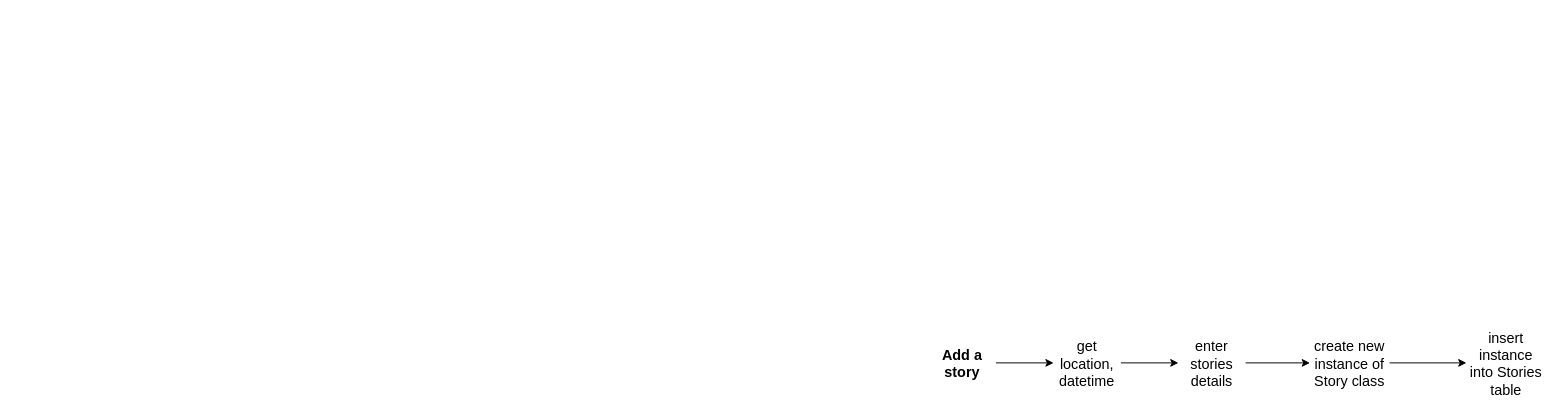
Before: page "Algorithms" (3 of 3) of Documentation/Diagrams/You must to.drawio in bradystroud/LandStories, a draw.io diagram. Source tidied: cells renumbered, new cells numbered last; positions are measured from the earlier drawing's top-left corner, leaving out a move shared by most shapes. Both pictures are drawn from the tidied source at 96%, with x=0, y=0 at pixel (928, 336).
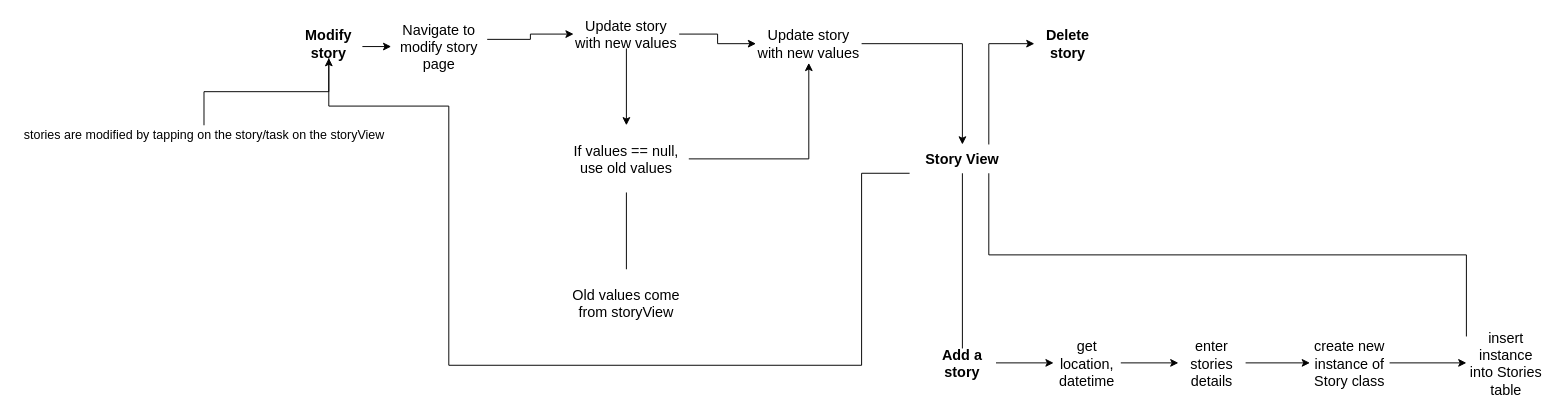
Above is the later version.

The change refers to these unchanged cells:
```xml
<mxCell id="3" value="Add a story" style="text;html=1;strokeColor=none;fillColor=none;align=center;verticalAlign=middle;whiteSpace=wrap;rounded=0;fontFamily=Helvetica;fontSize=15;fontStyle=1;" parent="1" vertex="1">
  <mxGeometry y="12.5" width="70" height="30" as="geometry" />
</mxCell>
<mxCell id="8" value="insert instance into Stories table" style="text;html=1;strokeColor=none;fillColor=none;align=center;verticalAlign=middle;whiteSpace=wrap;rounded=0;fontFamily=Helvetica;fontSize=15;" parent="1" vertex="1">
  <mxGeometry x="560" width="83" height="55" as="geometry" />
</mxCell>
```

Diff of the diagram source:
```diff
@@
+    <mxCell id="11" style="edgeStyle=orthogonalEdgeStyle;rounded=0;jettySize=auto;html=1;exitX=0;exitY=0;exitDx=0;exitDy=0;entryX=0.75;entryY=1;entryDx=0;entryDy=0;startArrow=none;startFill=0;endArrow=none;endFill=0;fontSize=13;" parent="1" edge="1" source="8" target="25">
+      <mxGeometry relative="1" as="geometry" />
+    </mxCell>
@@
+    <mxCell id="12" style="edgeStyle=orthogonalEdgeStyle;rounded=0;jettySize=auto;html=1;" parent="1" edge="1" source="14" target="15">
+      <mxGeometry relative="1" as="geometry">
+        <Array as="points">
+          <mxPoint x="-580" y="-302" />
+          <mxPoint x="-580" y="-302" />
+        </Array>
+      </mxGeometry>
+    </mxCell>
+    <mxCell id="13" style="edgeStyle=orthogonalEdgeStyle;rounded=0;jettySize=auto;html=1;fontSize=13;endArrow=none;endFill=0;" parent="1" edge="1" source="14" target="30">
+      <mxGeometry relative="1" as="geometry" />
+    </mxCell>
+    <mxCell id="14" value="Modify story" style="text;html=1;strokeColor=none;fillColor=none;align=center;verticalAlign=middle;whiteSpace=wrap;rounded=0;fontFamily=Helvetica;fontSize=15;fontStyle=1;" parent="1" vertex="1">
+      <mxGeometry x="-660" y="-320" width="70" height="30" as="geometry" />
+    </mxCell>
+    <mxCell id="15" value="Navigate to modify story page" style="text;html=1;strokeColor=none;fillColor=none;align=center;verticalAlign=middle;whiteSpace=wrap;rounded=0;fontFamily=Helvetica;fontSize=15;fontStyle=0;" parent="1" vertex="1">
+      <mxGeometry x="-560" y="-317" width="100" height="30" as="geometry" />
+    </mxCell>
+    <mxCell id="16" style="edgeStyle=orthogonalEdgeStyle;rounded=0;jettySize=auto;html=1;startArrow=none;startFill=0;endArrow=classic;endFill=1;fontSize=13;exitX=1;exitY=0.25;exitDx=0;exitDy=0;" parent="1" edge="1" source="15" target="19">
+      <mxGeometry relative="1" as="geometry" />
+    </mxCell>
+    <mxCell id="17" style="edgeStyle=orthogonalEdgeStyle;rounded=0;jettySize=auto;html=1;startArrow=none;startFill=0;endArrow=classic;endFill=1;fontSize=13;" parent="1" edge="1" source="19" target="28">
+      <mxGeometry relative="1" as="geometry" />
+    </mxCell>
+    <mxCell id="18" style="edgeStyle=orthogonalEdgeStyle;rounded=0;jettySize=auto;html=1;startArrow=none;startFill=0;endArrow=classic;endFill=1;fontSize=13;" parent="1" edge="1" source="19" target="21">
+      <mxGeometry relative="1" as="geometry" />
+    </mxCell>
+    <mxCell id="19" value="Update story with new values" style="text;html=1;strokeColor=none;fillColor=none;align=center;verticalAlign=middle;whiteSpace=wrap;rounded=0;fontFamily=Helvetica;fontSize=15;fontStyle=0;" parent="1" vertex="1">
+      <mxGeometry x="-370" y="-330" width="110" height="30" as="geometry" />
+    </mxCell>
+    <mxCell id="20" style="edgeStyle=orthogonalEdgeStyle;rounded=0;jettySize=auto;html=1;startArrow=none;startFill=0;endArrow=classic;endFill=1;fontSize=13;" parent="1" edge="1" source="21" target="25">
+      <mxGeometry relative="1" as="geometry" />
+    </mxCell>
+    <mxCell id="21" value="Update story with new values" style="text;html=1;strokeColor=none;fillColor=none;align=center;verticalAlign=middle;whiteSpace=wrap;rounded=0;fontFamily=Helvetica;fontSize=15;fontStyle=0;" parent="1" vertex="1">
+      <mxGeometry x="-180" y="-325" width="110" height="40" as="geometry" />
+    </mxCell>
+    <mxCell id="22" style="edgeStyle=orthogonalEdgeStyle;rounded=0;jettySize=auto;html=1;startArrow=none;startFill=0;endArrow=none;endFill=0;fontSize=13;entryX=0.5;entryY=0;entryDx=0;entryDy=0;" parent="1" edge="1" source="25" target="3">
+      <mxGeometry relative="1" as="geometry" />
+    </mxCell>
+    <mxCell id="23" style="edgeStyle=orthogonalEdgeStyle;rounded=0;jettySize=auto;html=1;exitX=0;exitY=1;exitDx=0;exitDy=0;entryX=0.5;entryY=1;entryDx=0;entryDy=0;startArrow=none;startFill=0;endArrow=classic;endFill=1;fontSize=13;" parent="1" edge="1" source="25" target="14">
+      <mxGeometry relative="1" as="geometry">
+        <Array as="points">
+          <mxPoint x="-70" y="-170" />
+          <mxPoint x="-70" y="30" />
+          <mxPoint x="-500" y="30" />
+          <mxPoint x="-500" y="-240" />
+          <mxPoint x="-625" y="-240" />
+        </Array>
+      </mxGeometry>
+    </mxCell>
+    <mxCell id="24" style="edgeStyle=orthogonalEdgeStyle;rounded=0;jettySize=auto;html=1;exitX=0.75;exitY=0;exitDx=0;exitDy=0;entryX=0;entryY=0.5;entryDx=0;entryDy=0;startArrow=none;startFill=0;endArrow=classic;endFill=1;fontSize=13;" parent="1" edge="1" source="25" target="31">
+      <mxGeometry relative="1" as="geometry" />
+    </mxCell>
+    <mxCell id="25" value="Story View" style="text;html=1;strokeColor=none;fillColor=none;align=center;verticalAlign=middle;whiteSpace=wrap;rounded=0;fontFamily=Helvetica;fontSize=15;fontStyle=1;" parent="1" vertex="1">
+      <mxGeometry x="-20" y="-200" width="110" height="30" as="geometry" />
+    </mxCell>
+    <mxCell id="26" style="edgeStyle=orthogonalEdgeStyle;rounded=0;jettySize=auto;html=1;startArrow=none;startFill=0;endArrow=classic;endFill=1;fontSize=13;" parent="1" edge="1" source="28" target="21">
+      <mxGeometry relative="1" as="geometry" />
+    </mxCell>
+    <mxCell id="27" style="edgeStyle=orthogonalEdgeStyle;rounded=0;jettySize=auto;html=1;startArrow=none;startFill=0;endArrow=none;endFill=0;fontSize=13;" parent="1" edge="1" source="28" target="29">
+      <mxGeometry relative="1" as="geometry" />
+    </mxCell>
+    <mxCell id="28" value="If values == null, use old values" style="text;html=1;strokeColor=none;fillColor=none;align=center;verticalAlign=middle;whiteSpace=wrap;rounded=0;fontFamily=Helvetica;fontSize=15;fontStyle=0;" parent="1" vertex="1">
+      <mxGeometry x="-380" y="-220" width="130" height="70" as="geometry" />
+    </mxCell>
+    <mxCell id="29" value="Old values come from storyView" style="text;html=1;strokeColor=none;fillColor=none;align=center;verticalAlign=middle;whiteSpace=wrap;rounded=0;fontFamily=Helvetica;fontSize=15;fontStyle=0;" parent="1" vertex="1">
+      <mxGeometry x="-380" y="-70" width="130" height="70" as="geometry" />
+    </mxCell>
+    <mxCell id="30" value="stories are modified by tapping on the story/task on the storyView" style="text;html=1;align=center;verticalAlign=middle;points=[];fontSize=13;" parent="1" vertex="1">
+      <mxGeometry x="-950" y="-220" width="390" height="20" as="geometry" />
+    </mxCell>
+    <mxCell id="31" value="Delete story" style="text;html=1;strokeColor=none;fillColor=none;align=center;verticalAlign=middle;whiteSpace=wrap;rounded=0;fontFamily=Helvetica;fontSize=15;fontStyle=1;" parent="1" vertex="1">
+      <mxGeometry x="110" y="-320" width="70" height="30" as="geometry" />
+    </mxCell>
```
